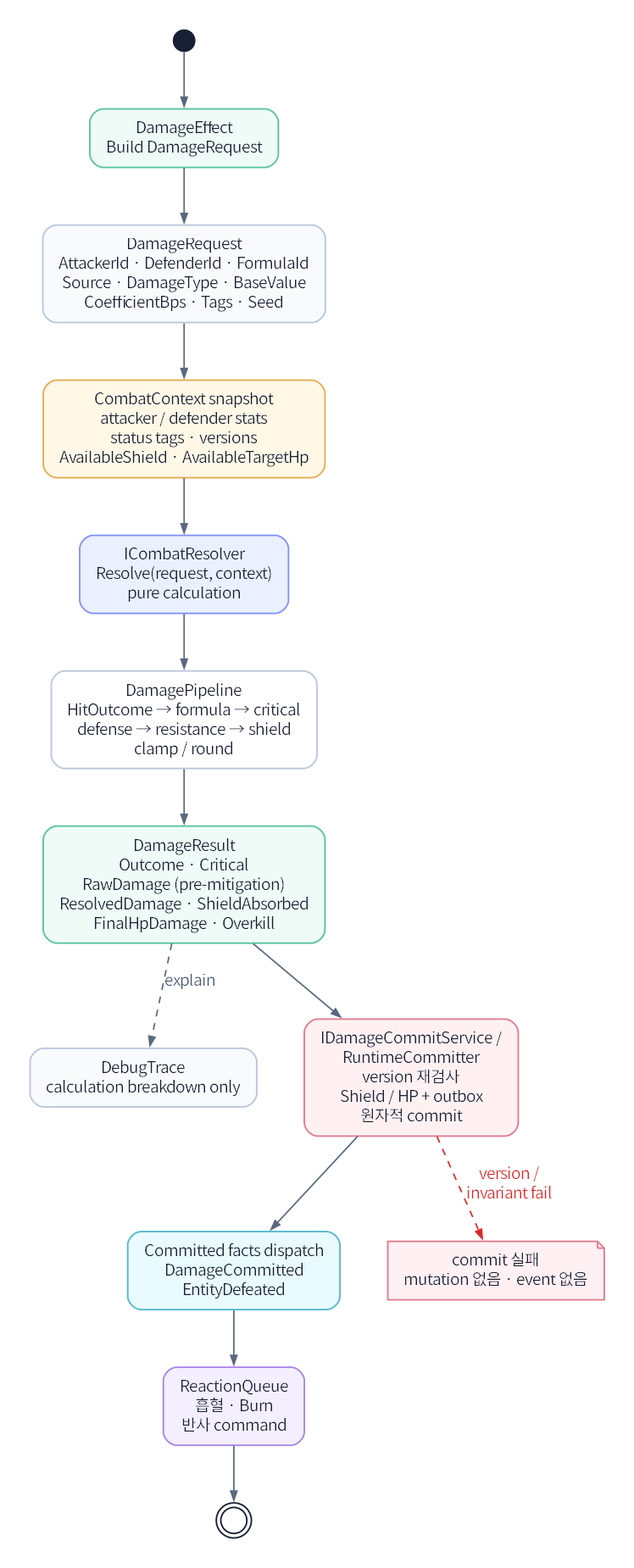
This is assets/diagrams/24_damage_execution_sequence_diagram.png from JY-LemongO/game-system-framework-knowledge-site, a Graphviz export, as it was before one commit. Its source is kept beside it as source/diagrams/24_damage_execution_sequence_diagram.dot.
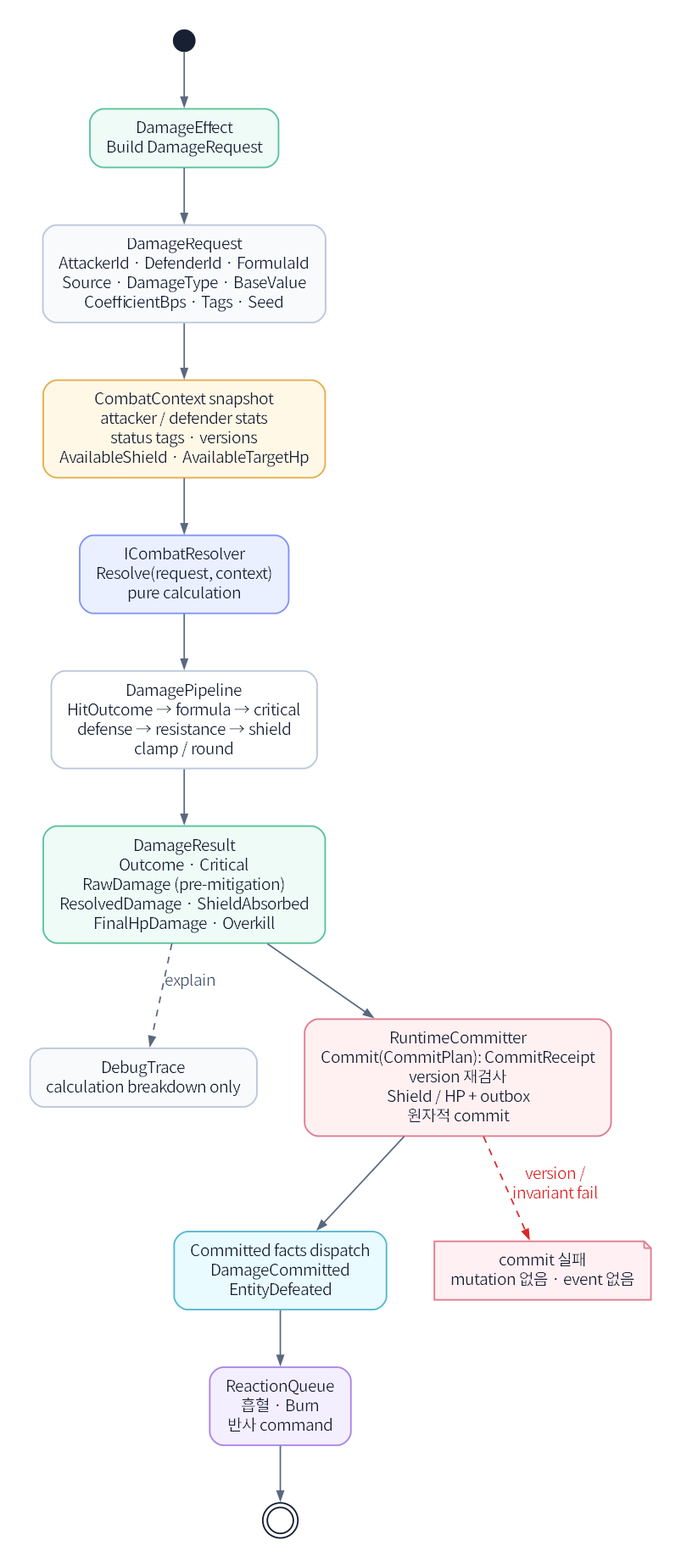
The same diagram one commit later.

The edit, as a diff of the source:
```diff
@@ -12,7 +12,7 @@
   pipe [label="DamagePipeline\nHitOutcome → formula → critical\ndefense → resistance → shield\nclamp / round", fillcolor="#ffffff"];
   result [label="DamageResult\nOutcome · Critical\nRawDamage (pre-mitigation)\nResolvedDamage · ShieldAbsorbed\nFinalHpDamage · Overkill", fillcolor="#eefbf6", color="#5ac39b"];
   trace [label="DebugTrace\ncalculation breakdown only", fillcolor="#f8fafc"];
-  commit [label="IDamageCommitService /\nRuntimeCommitter\nversion 재검사\nShield / HP + outbox\n원자적 commit", fillcolor="#fff1f2", color="#e07b91"];
+  commit [label="RuntimeCommitter\nCommit(CommitPlan): CommitReceipt\nversion 재검사\nShield / HP + outbox\n원자적 commit", fillcolor="#fff1f2", color="#e07b91"];
   event [label="Committed facts dispatch\nDamageCommitted\nEntityDefeated", fillcolor="#e9fbff", color="#54b7cf"];
   reaction [label="ReactionQueue\n흡혈 · Burn\n반사 command", fillcolor="#f4efff", color="#a884e8"];
   reject [shape=note, label="commit 실패\nmutation 없음 · event 없음", fillcolor="#fff0f3", color="#e07b91"];
```
